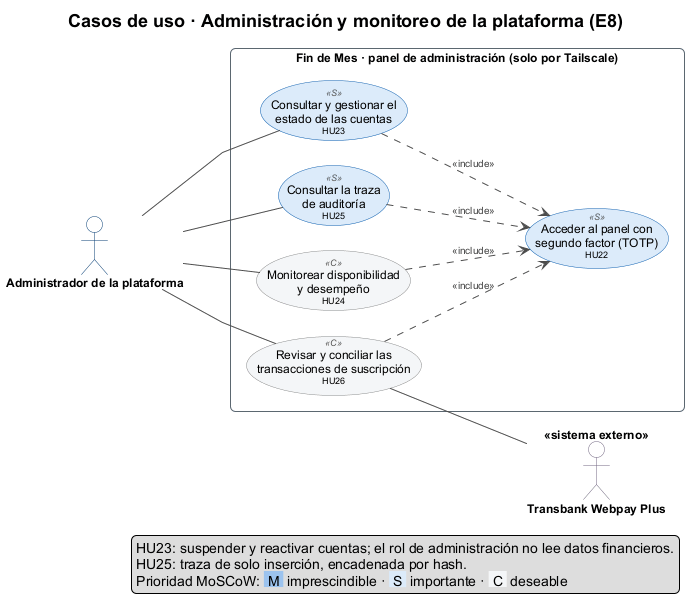
The PlantUML diagram docs/diagrams/use-cases/cu-5-administracion.png in offlnr/findemes, before a commit. The source it was exported from:
```plantuml
@startuml cu-5-administracion
!include ../uml-style.iuml
title Casos de uso · Administración y monitoreo de la plataforma (E8)
left to right direction

actor "Administrador de la plataforma" as AP
actor "Transbank Webpay Plus" <<sistema externo>> as TBK

rectangle "Fin de Mes · panel de administración (solo por Tailscale)" {
  usecase "Acceder al panel con\nsegundo factor (TOTP)\n<size:9>HU22</size>" as HU22 <<S>>
  usecase "Consultar y gestionar el\nestado de las cuentas\n<size:9>HU23</size>" as HU23 <<S>>
  usecase "Consultar la traza\nde auditoría\n<size:9>HU25</size>" as HU25 <<S>>
  usecase "Monitorear disponibilidad\ny desempeño\n<size:9>HU24</size>" as HU24 <<C>>
  usecase "Revisar y conciliar las\ntransacciones de suscripción\n<size:9>HU26</size>" as HU26 <<C>>
}

AP -- HU23
AP -- HU25
AP -- HU24
AP -- HU26

HU23 ..> HU22 : <<include>>
HU25 ..> HU22 : <<include>>
HU24 ..> HU22 : <<include>>
HU26 ..> HU22 : <<include>>
HU26 -- TBK

legend right
  HU23: suspender y reactivar cuentas; el rol de administración no lee datos financieros.
  HU25: traza de solo inserción, encadenada por hash.
  Prioridad MoSCoW: <back:#9CC3EE> M </back> imprescindible · <back:#DCEBFA> S </back> importante · <back:#F4F6F8> C </back> deseable
end legend
@enduml
```
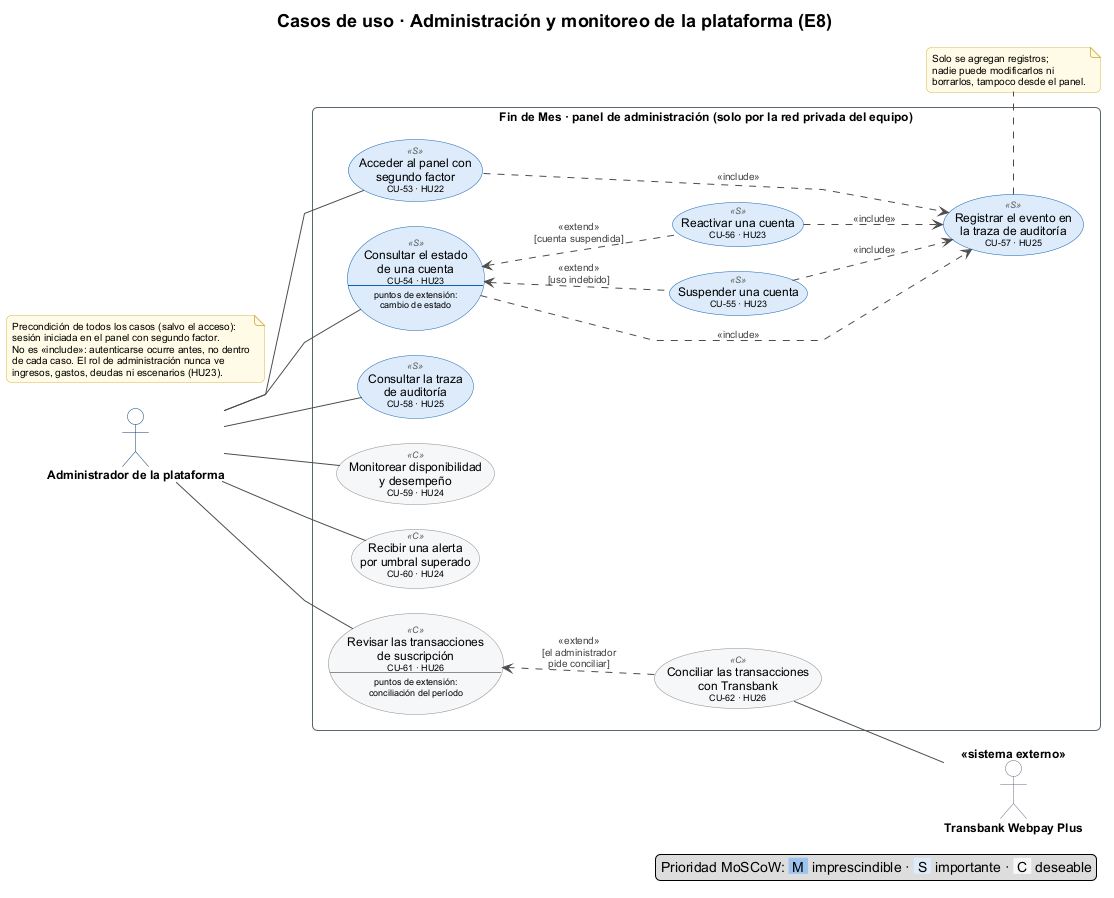
The same file after the commit.

The edit, as a diff of the source:
```diff
@@ -4,30 +4,59 @@
 left to right direction
 
 actor "Administrador de la plataforma" as AP
+
+rectangle "Fin de Mes · panel de administración (solo por la red privada del equipo)" {
+  usecase "Acceder al panel con\nsegundo factor\n<size:9>CU-53 · HU22</size>" as HU22 <<S>>
+  usecase CONSULT <<S>> as "Consultar el estado
+de una cuenta
+<size:9>CU-54 · HU23</size>
+--
+<size:9>puntos de extensión:</size>
+<size:9>cambio de estado</size>"
+  usecase "Suspender una cuenta\n<size:9>CU-55 · HU23</size>" as SUSP <<S>>
+  usecase "Reactivar una cuenta\n<size:9>CU-56 · HU23</size>" as REACT <<S>>
+  usecase "Registrar el evento en\nla traza de auditoría\n<size:9>CU-57 · HU25</size>" as LOG <<S>>
+  usecase "Consultar la traza\nde auditoría\n<size:9>CU-58 · HU25</size>" as HU25 <<S>>
+  usecase "Monitorear disponibilidad\ny desempeño\n<size:9>CU-59 · HU24</size>" as HU24 <<C>>
+  usecase "Recibir una alerta\npor umbral superado\n<size:9>CU-60 · HU24</size>" as ALERT <<C>>
+  usecase TX <<C>> as "Revisar las transacciones
+de suscripción
+<size:9>CU-61 · HU26</size>
+--
+<size:9>puntos de extensión:</size>
+<size:9>conciliación del período</size>"
+  usecase "Conciliar las transacciones\ncon Transbank\n<size:9>CU-62 · HU26</size>" as CONC <<C>>
+}
+
 actor "Transbank Webpay Plus" <<sistema externo>> as TBK
 
-rectangle "Fin de Mes · panel de administración (solo por Tailscale)" {
-  usecase "Acceder al panel con\nsegundo factor (TOTP)\n<size:9>HU22</size>" as HU22 <<S>>
-  usecase "Consultar y gestionar el\nestado de las cuentas\n<size:9>HU23</size>" as HU23 <<S>>
-  usecase "Consultar la traza\nde auditoría\n<size:9>HU25</size>" as HU25 <<S>>
-  usecase "Monitorear disponibilidad\ny desempeño\n<size:9>HU24</size>" as HU24 <<C>>
-  usecase "Revisar y conciliar las\ntransacciones de suscripción\n<size:9>HU26</size>" as HU26 <<C>>
-}
-
-AP -- HU23
+AP -- HU22
+AP -- CONSULT
 AP -- HU25
 AP -- HU24
-AP -- HU26
+AP -- ALERT
+AP -- TX
 
-HU23 ..> HU22 : <<include>>
-HU25 ..> HU22 : <<include>>
-HU24 ..> HU22 : <<include>>
-HU26 ..> HU22 : <<include>>
-HU26 -- TBK
+CONSULT <.. SUSP : <<extend>>\n[uso indebido]
+CONSULT <.. REACT : <<extend>>\n[cuenta suspendida]
+
+HU22 ...> LOG : <<include>>
+CONSULT ...> LOG : <<include>>
+SUSP ..> LOG : <<include>>
+REACT ..> LOG : <<include>>
+
+TX <.. CONC : <<extend>>\n[el administrador\npide conciliar]
+CONC -- TBK
+
+note "Precondición de todos los casos (salvo el acceso):\nsesión iniciada en el panel con segundo factor.\nNo es «include»: autenticarse ocurre antes, no dentro\nde cada caso. El rol de administración nunca ve\ningresos, gastos, deudas ni escenarios (HU23)." as PRE
+
+note bottom of LOG
+  Solo se agregan registros;
+  nadie puede modificarlos ni
+  borrarlos, tampoco desde el panel.
+end note
 
 legend right
-  HU23: suspender y reactivar cuentas; el rol de administración no lee datos financieros.
-  HU25: traza de solo inserción, encadenada por hash.
   Prioridad MoSCoW: <back:#9CC3EE> M </back> imprescindible · <back:#DCEBFA> S </back> importante · <back:#F4F6F8> C </back> deseable
 end legend
 @enduml
```
